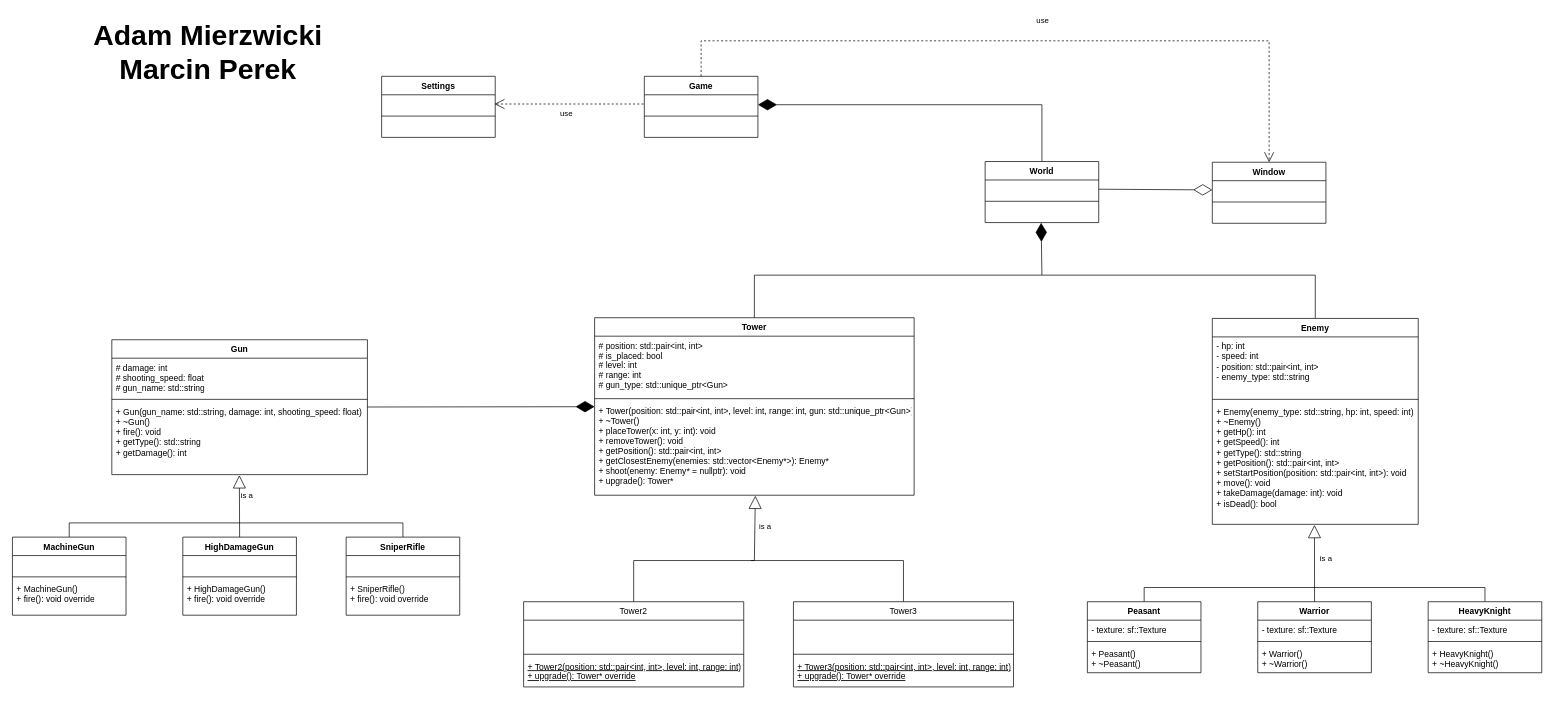
Before: UML.drawio in adammierzwicki/OOP-Tower-Defense, a draw.io diagram. Source tidied: cells renumbered, new cells numbered last; positions are measured from the earlier drawing's top-left corner, leaving out a move shared by most shapes. Both pictures are drawn from the tidied source at 71%, with x=0, y=0 at pixel (12, 12).
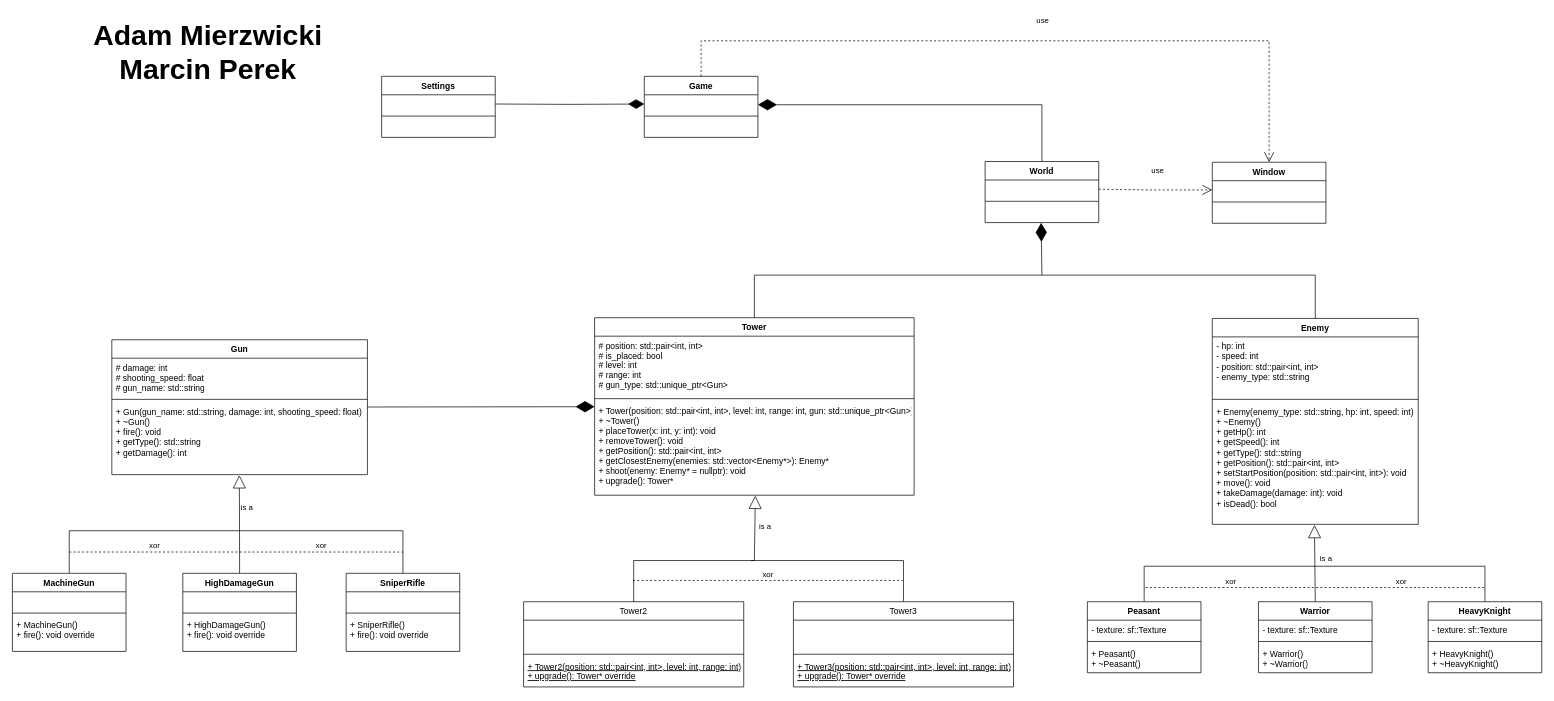
Above is the later version.

The change refers to these unchanged cells:
```xml
<mxCell id="16" value="&amp;nbsp;" style="text;strokeColor=none;fillColor=none;align=left;verticalAlign=top;spacingLeft=4;spacingRight=4;overflow=hidden;points=[[0,0.5],[1,0.5]];portConstraint=eastwest;whiteSpace=wrap;html=1;" parent="15" vertex="1">
  <mxGeometry y="26" width="160" height="26" as="geometry" />
</mxCell>
<mxCell id="42" value="Peasant" style="swimlane;fontStyle=1;align=center;verticalAlign=top;horizontal=1;startSize=26;whiteSpace=wrap;html=1;" parent="1" vertex="1">
  <mxGeometry x="1514" y="830" width="160" height="100" as="geometry" />
</mxCell>
<mxCell id="50" value="HeavyKnight" style="swimlane;fontStyle=1;align=center;verticalAlign=top;horizontal=1;startSize=26;whiteSpace=wrap;html=1;" parent="1" vertex="1">
  <mxGeometry x="1994" y="830" width="160" height="100" as="geometry" />
</mxCell>
<mxCell id="59" value="&amp;nbsp;" style="text;strokeColor=none;fillColor=none;align=left;verticalAlign=top;spacingLeft=4;spacingRight=4;overflow=hidden;points=[[0,0.5],[1,0.5]];portConstraint=eastwest;whiteSpace=wrap;html=1;" parent="58" vertex="1">
  <mxGeometry y="26" width="160" height="26" as="geometry" />
</mxCell>
<mxCell id="70" value="&amp;nbsp;" style="text;strokeColor=none;fillColor=none;align=left;verticalAlign=top;spacingLeft=4;spacingRight=4;overflow=hidden;points=[[0,0.5],[1,0.5]];portConstraint=eastwest;whiteSpace=wrap;html=1;" parent="69" vertex="1">
  <mxGeometry y="26" width="160" height="26" as="geometry" />
</mxCell>
```

Change to the diagram source:
```diff
@@
     <mxCell id="23" style="edgeStyle=orthogonalEdgeStyle;rounded=0;jettySize=auto;html=1;exitX=0.5;exitY=0;exitDx=0;exitDy=0;entryX=0.5;entryY=0;entryDx=0;entryDy=0;endArrow=none;endFill=0;" parent="1" edge="1" source="24" target="32">
-      <mxGeometry relative="1" as="geometry" />
+      <mxGeometry relative="1" as="geometry">
+        <Array as="points">
+          <mxPoint x="80" y="730" />
+          <mxPoint x="550" y="730" />
+        </Array>
+      </mxGeometry>
     </mxCell>
     <mxCell id="24" value="MachineGun" style="swimlane;fontStyle=1;align=center;verticalAlign=top;horizontal=1;startSize=26;whiteSpace=wrap;html=1;" parent="1" vertex="1">
-      <mxGeometry y="739" width="160" height="110" as="geometry" />
+      <mxGeometry y="790" width="160" height="110" as="geometry" />
     </mxCell>
@@
     <mxCell id="28" value="HighDamageGun" style="swimlane;fontStyle=1;align=center;verticalAlign=top;horizontal=1;startSize=26;whiteSpace=wrap;html=1;" parent="1" vertex="1">
-      <mxGeometry x="240" y="739" width="160" height="110" as="geometry" />
+      <mxGeometry x="240" y="790" width="160" height="110" as="geometry" />
     </mxCell>
@@
     <mxCell id="32" value="SniperRifle" style="swimlane;fontStyle=1;align=center;verticalAlign=top;horizontal=1;startSize=26;whiteSpace=wrap;html=1;" parent="1" vertex="1">
-      <mxGeometry x="470" y="739" width="160" height="110" as="geometry" />
+      <mxGeometry x="470" y="790" width="160" height="110" as="geometry" />
     </mxCell>
@@
     <mxCell id="41" style="edgeStyle=orthogonalEdgeStyle;rounded=0;jettySize=auto;html=1;exitX=0.5;exitY=0;exitDx=0;exitDy=0;entryX=0.5;entryY=0;entryDx=0;entryDy=0;endArrow=none;endFill=0;" parent="1" edge="1" source="42" target="50">
-      <mxGeometry relative="1" as="geometry" />
+      <mxGeometry relative="1" as="geometry">
+        <Array as="points">
+          <mxPoint x="1594" y="780" />
+          <mxPoint x="2074" y="780" />
+        </Array>
+      </mxGeometry>
     </mxCell>
@@
     <mxCell id="46" value="Warrior" style="swimlane;fontStyle=1;align=center;verticalAlign=top;horizontal=1;startSize=26;whiteSpace=wrap;html=1;" parent="1" vertex="1">
-      <mxGeometry x="1754" y="830" width="160" height="100" as="geometry" />
+      <mxGeometry x="1755" y="830" width="160" height="100" as="geometry" />
     </mxCell>
@@
-    <mxCell id="66" value="&lt;div&gt;use&lt;/div&gt;&lt;div&gt;&lt;br&gt;&lt;/div&gt;" style="endArrow=open;endSize=12;dashed=1;html=1;rounded=0;entryX=1;entryY=0.5;entryDx=0;entryDy=0;exitX=0;exitY=0.5;exitDx=0;exitDy=0;" parent="1" edge="1">
-      <mxGeometry x="0.04" y="21" relative="1" as="geometry">
-        <mxPoint x="889" y="129" as="sourcePoint" />
-        <mxPoint x="679" y="129" as="targetPoint" />
-      </mxGeometry>
-    </mxCell>
@@
-    <mxCell id="73" style="endArrow=diamondThin;endFill=0;endSize=24;html=1;rounded=0;entryX=0;entryY=0.5;entryDx=0;entryDy=0;exitX=1;exitY=0.5;exitDx=0;exitDy=0;" parent="1" edge="1" source="16" target="70">
-      <mxGeometry relative="1" as="geometry" />
-    </mxCell>
@@
+    <mxCell id="76" value="xor" style="html=1;verticalAlign=bottom;endArrow=none;dashed=1;endSize=8;endFill=0;" parent="1" edge="1">
+      <mxGeometry relative="1" as="geometry">
+        <mxPoint x="80" y="760" as="sourcePoint" />
+        <mxPoint x="320" y="760" as="targetPoint" />
+      </mxGeometry>
+    </mxCell>
+    <mxCell id="77" value="xor" style="html=1;verticalAlign=bottom;endArrow=none;dashed=1;endSize=8;endFill=0;" parent="1" edge="1">
+      <mxGeometry relative="1" as="geometry">
+        <mxPoint x="320" y="760" as="sourcePoint" />
+        <mxPoint x="550" y="760" as="targetPoint" />
+      </mxGeometry>
+    </mxCell>
+    <mxCell id="78" value="xor" style="html=1;verticalAlign=bottom;endArrow=none;dashed=1;endSize=8;endFill=0;" parent="1" edge="1">
+      <mxGeometry relative="1" as="geometry">
+        <mxPoint x="874" y="800" as="sourcePoint" />
+        <mxPoint x="1254" y="800" as="targetPoint" />
+      </mxGeometry>
+    </mxCell>
+    <mxCell id="79" value="xor" style="html=1;verticalAlign=bottom;endArrow=none;dashed=1;endSize=8;endFill=0;" parent="1" edge="1">
+      <mxGeometry relative="1" as="geometry">
+        <mxPoint x="1596" y="810" as="sourcePoint" />
+        <mxPoint x="1836" y="810" as="targetPoint" />
+      </mxGeometry>
+    </mxCell>
+    <mxCell id="80" value="xor" style="html=1;verticalAlign=bottom;endArrow=none;dashed=1;endSize=8;endFill=0;" parent="1" edge="1">
+      <mxGeometry relative="1" as="geometry">
+        <mxPoint x="1836" y="810" as="sourcePoint" />
+        <mxPoint x="2076" y="810" as="targetPoint" />
+      </mxGeometry>
+    </mxCell>
+    <mxCell id="66" value="&lt;div&gt;use&lt;/div&gt;&lt;div&gt;&lt;br&gt;&lt;/div&gt;" style="endArrow=open;endSize=12;dashed=1;html=1;rounded=0;entryX=0;entryY=0.5;entryDx=0;entryDy=0;exitX=1;exitY=0.5;exitDx=0;exitDy=0;" parent="1" edge="1" source="16" target="70">
+      <mxGeometry x="0.04" y="21" relative="1" as="geometry">
+        <Array as="points">
+          <mxPoint x="1600" y="250" />
+        </Array>
+      </mxGeometry>
+    </mxCell>
+    <mxCell id="81" style="endArrow=diamondThin;html=1;endSize=20;startArrow=none;startSize=14;startFill=0;edgeStyle=orthogonalEdgeStyle;align=left;verticalAlign=bottom;entryX=0;entryY=0.5;entryDx=0;entryDy=0;endFill=1;strokeWidth=1;" parent="1" edge="1" target="59">
+      <mxGeometry x="-1" y="3" relative="1" as="geometry">
+        <mxPoint x="680" y="129" as="sourcePoint" />
+      </mxGeometry>
+    </mxCell>
```
